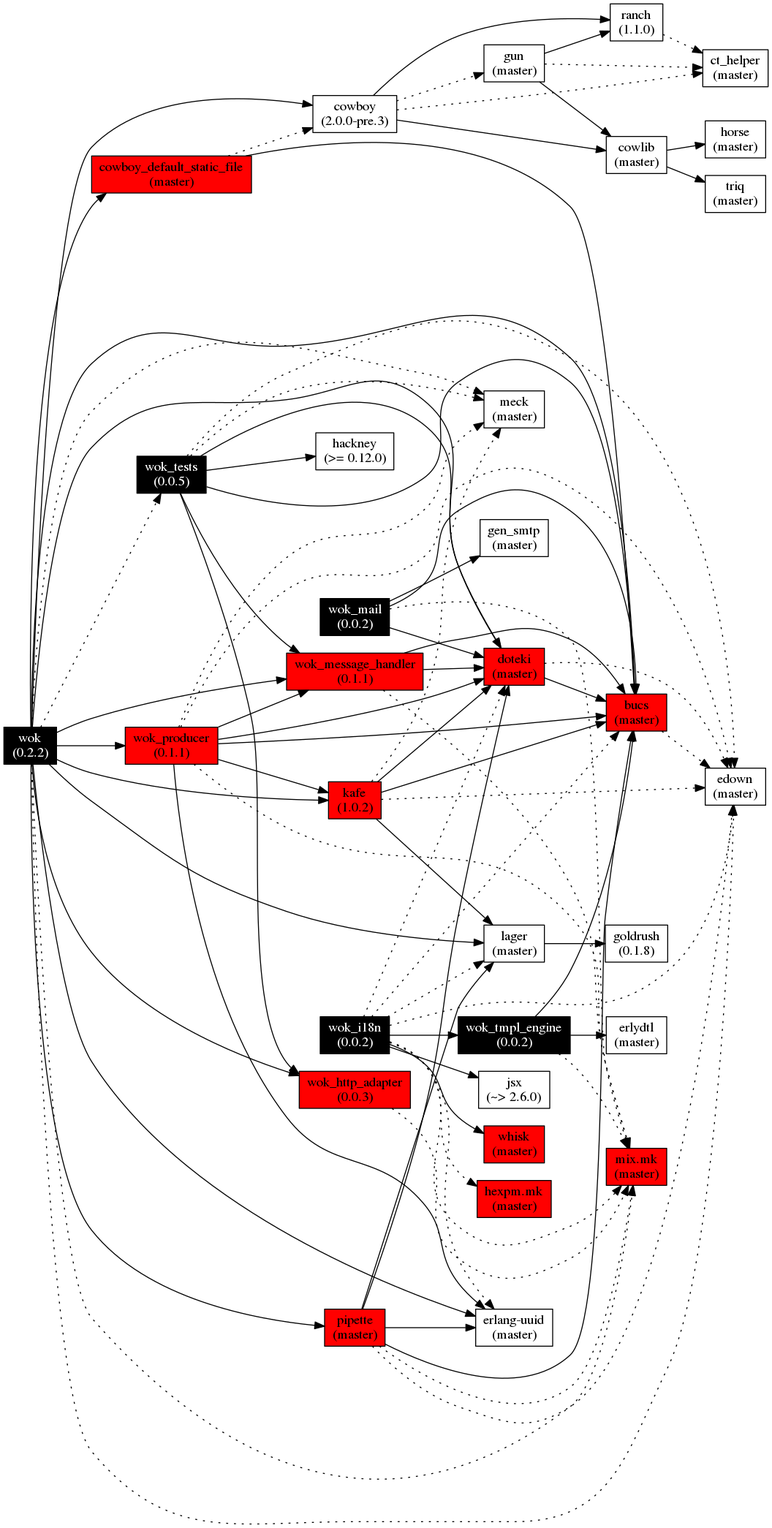
Above: doc/images/wok.deps.png in botsunit/wok (Graphviz), before the change. Its source is kept beside it as images/wok.deps.gv.
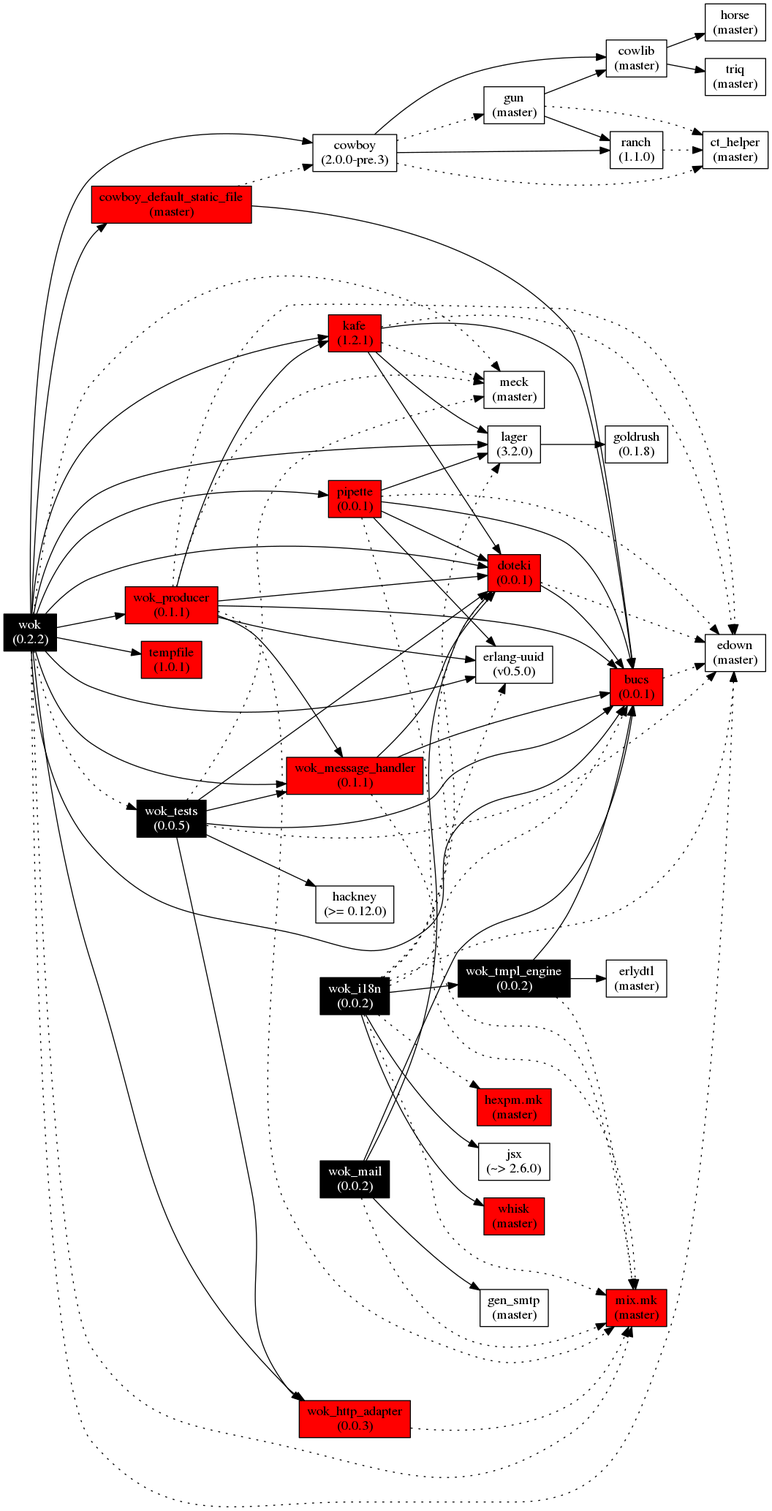
The same file after the commit.

Change to the diagram source:
```diff
@@ -7,17 +7,18 @@
   ]
 
   wok[label="wok\n(0.2.2)", fontcolor="white", style="filled", fillcolor="black"];
-  lager[label="lager\n(master)"];
+  lager[label="lager\n(3.2.0)"];
   wok_http_adapter[label="wok_http_adapter\n(0.0.3)", style="filled", fillcolor="red"];
   wok_message_handler[label="wok_message_handler\n(0.1.1)", style="filled", fillcolor="red"];
   wok_producer[label="wok_producer\n(0.1.1)", style="filled", fillcolor="red"];
-  pipette[label="pipette\n(master)", style="filled", fillcolor="red"];
-  kafe[label="kafe\n(1.0.2)", style="filled", fillcolor="red"];
+  pipette[label="pipette\n(0.0.1)", style="filled", fillcolor="red"];
+  kafe[label="kafe\n(1.2.1)", style="filled", fillcolor="red"];
   cowboy[label="cowboy\n(2.0.0-pre.3)"];
   cowboy_default_static_file[label="cowboy_default_static_file\n(master)", style="filled", fillcolor="red"];
-  bucs[label="bucs\n(master)", style="filled", fillcolor="red"];
-  doteki[label="doteki\n(master)", style="filled", fillcolor="red"];
-  uuid[label="erlang-uuid\n(master)"];
+  tempfile[label="tempfile\n(1.0.1)", style="filled", fillcolor="red"];
+  bucs[label="bucs\n(0.0.1)", style="filled", fillcolor="red"];
+  doteki[label="doteki\n(0.0.1)", style="filled", fillcolor="red"];
+  uuid[label="erlang-uuid\n(v0.5.0)"];
   mix_mk[label="mix.mk\n(master)", style="filled", fillcolor="red"];
   edown[label="edown\n(master)"];
   meck[label="meck\n(master)"];
@@ -50,6 +51,7 @@
   wok -> bucs;
   wok -> doteki;
   wok -> uuid;
+  wok -> tempfile;
   wok-> mix_mk[style=dotted];
   wok-> edown[style=dotted];
   wok-> wok_tests[style=dotted];
```
